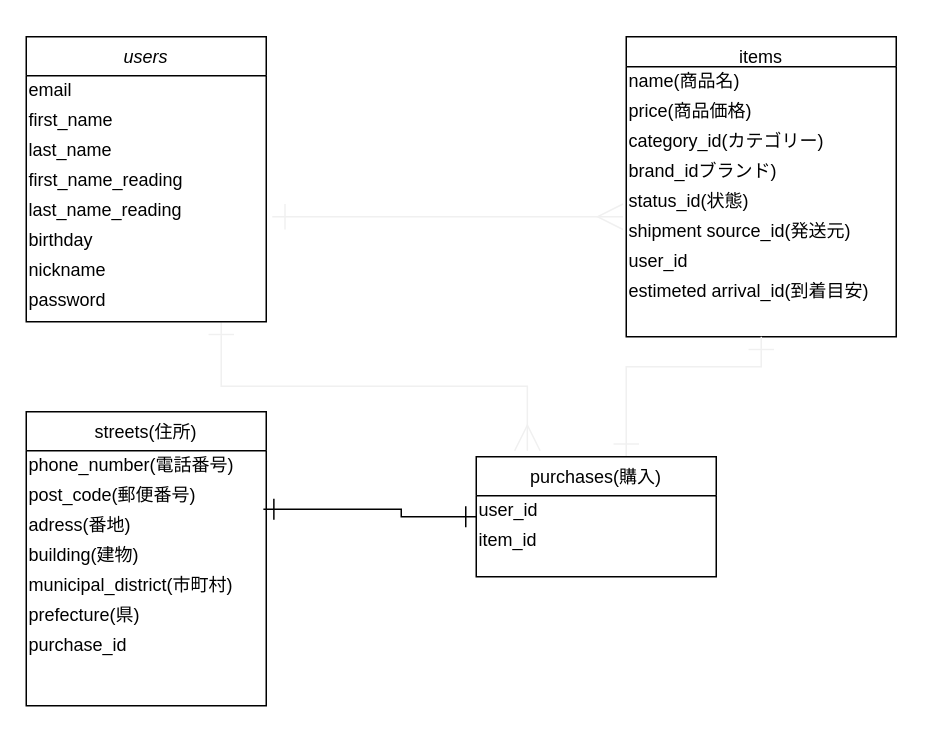
This is furima.dio from yoshimu708/furima-32150, a draw.io file, before an edit. Source tidied: cells renumbered, new cells numbered last; positions are measured from the earlier drawing's top-left corner, leaving out a move shared by most shapes. Both pictures are drawn from the tidied source at 150%, with x=0, y=0 at pixel (26, 36).
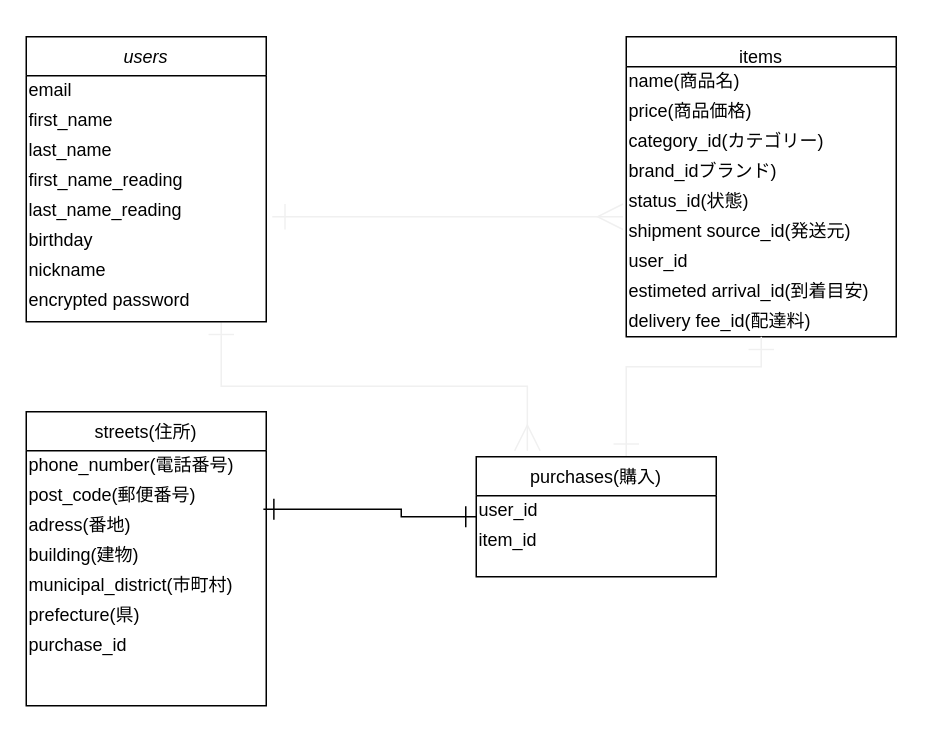
After the change.

Commit message (it also covers changes not shown here):
READMEでのアクティブハッシュの命名修正

Unchanged cells that the change refers to:
```xml
<mxCell id="5" value="users" style="swimlane;fontStyle=2;align=center;verticalAlign=top;horizontal=1;startSize=26;rounded=0;shadow=0;strokeWidth=1;" parent="1" vertex="1">
  <mxGeometry width="160" height="190" as="geometry" />
</mxCell>
<mxCell id="14" value="items" style="swimlane;fontStyle=0;align=center;verticalAlign=top;horizontal=1;startSize=20;rounded=0;shadow=0;strokeWidth=1;" parent="1" vertex="1">
  <mxGeometry x="400" width="180" height="200" as="geometry" />
</mxCell>
```

What changed in the source:
```diff
@@
-    <mxCell id="13" value="password" style="text;html=1;align=left;verticalAlign=middle;" parent="5" vertex="1">
+    <mxCell id="13" value="encrypted password" style="text;html=1;align=left;verticalAlign=middle;" parent="5" vertex="1">
       <mxGeometry y="166" width="160" height="20" as="geometry" />
     </mxCell>
@@
+    <mxCell id="37" value="delivery fee_id(配達料)" style="text;html=1;align=left;verticalAlign=middle;" parent="14" vertex="1">
+      <mxGeometry y="180" width="180" height="20" as="geometry" />
+    </mxCell>
```
